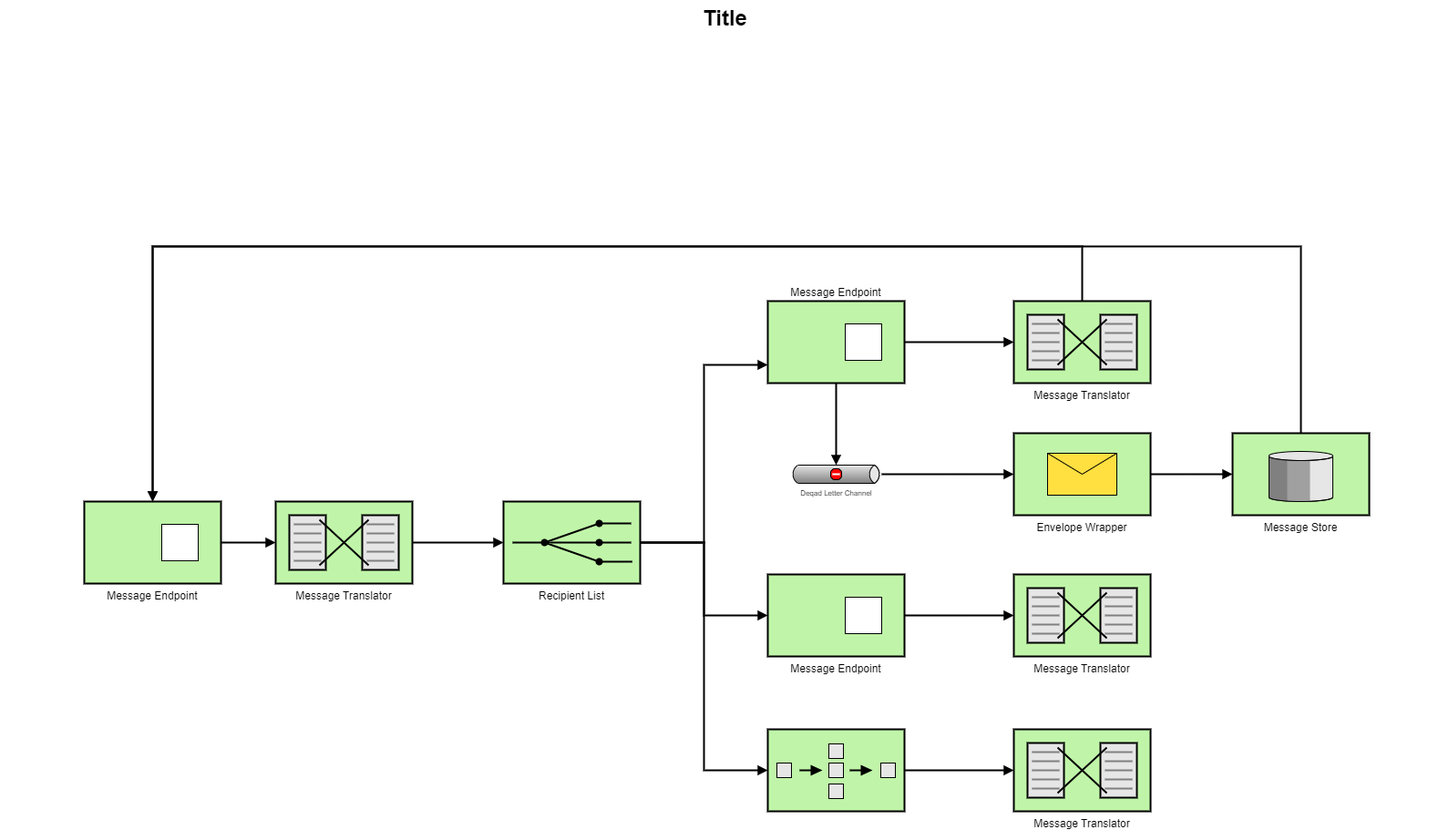
Above: Untitled Diagram.drawio.png in vanshgupta-2024/computer-graphics (draw.io), before the change. Source tidied: cells renumbered, new cells last; positions are measured from the earlier drawing's top-left corner, leaving out a move shared by most shapes.
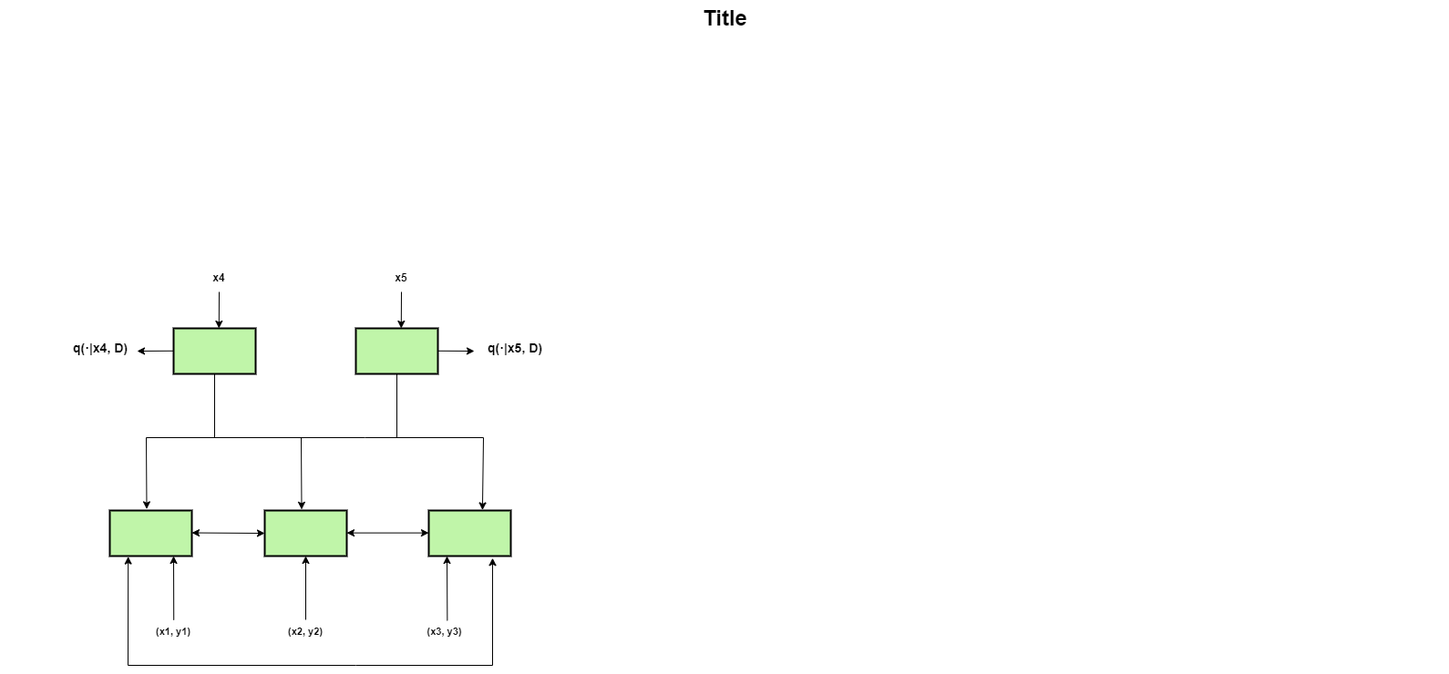
After the change.

Change to the diagram source:
```diff
@@ -2,112 +2,130 @@
   <root>
     <mxCell id="0" style="html=1;" />
     <mxCell id="1" style="html=1;" parent="0" />
-    <mxCell id="2" style="edgeStyle=orthogonalEdgeStyle;rounded=0;html=1;endArrow=block;endFill=1;jettySize=auto;strokeWidth=2;startArrow=none;startFill=0;" parent="1" edge="1" source="3" target="7">
-      <mxGeometry relative="1" as="geometry" />
-    </mxCell>
-    <mxCell id="3" value="Message Translator" style="strokeWidth=2;dashed=0;align=center;fontSize=12;shape=mxgraph.eip.message_translator;fillColor=#c0f5a9;verticalLabelPosition=bottom;verticalAlign=top;" parent="1" vertex="1">
-      <mxGeometry x="302" y="550" width="150" height="90" as="geometry" />
-    </mxCell>
-    <mxCell id="4" style="edgeStyle=orthogonalEdgeStyle;rounded=0;html=1;endArrow=block;endFill=1;jettySize=auto;strokeWidth=2;startArrow=none;startFill=0;" parent="1" edge="1" source="7" target="14">
-      <mxGeometry relative="1" as="geometry">
-        <Array as="points">
-          <mxPoint x="772" y="595" />
-          <mxPoint x="772" y="400" />
-        </Array>
-      </mxGeometry>
-    </mxCell>
-    <mxCell id="5" style="edgeStyle=orthogonalEdgeStyle;rounded=0;html=1;endArrow=block;endFill=1;jettySize=auto;strokeWidth=2;startArrow=none;startFill=0;" parent="1" edge="1" source="7" target="17">
-      <mxGeometry relative="1" as="geometry" />
-    </mxCell>
-    <mxCell id="6" style="edgeStyle=orthogonalEdgeStyle;rounded=0;html=1;endArrow=block;endFill=1;jettySize=auto;strokeWidth=2;startArrow=none;startFill=0;" parent="1" edge="1" source="7" target="26">
-      <mxGeometry relative="1" as="geometry">
-        <Array as="points">
-          <mxPoint x="772" y="595" />
-          <mxPoint x="772" y="845" />
-        </Array>
-      </mxGeometry>
-    </mxCell>
-    <mxCell id="7" value="Recipient List" style="strokeWidth=2;dashed=0;align=center;fontSize=12;fillColor=#c0f5a9;verticalLabelPosition=bottom;verticalAlign=top;shape=mxgraph.eip.recipient_list;" parent="1" vertex="1">
-      <mxGeometry x="552" y="550" width="150" height="90" as="geometry" />
-    </mxCell>
-    <mxCell id="8" style="edgeStyle=orthogonalEdgeStyle;rounded=0;html=1;endArrow=block;endFill=1;jettySize=auto;strokeWidth=2;startArrow=none;startFill=0;" parent="1" edge="1" source="9" target="3">
-      <mxGeometry relative="1" as="geometry" />
-    </mxCell>
-    <mxCell id="9" value="Message Endpoint" style="strokeWidth=2;dashed=0;align=center;fontSize=12;shape=rect;verticalLabelPosition=bottom;verticalAlign=top;fillColor=#c0f5a9;" parent="1" vertex="1">
-      <mxGeometry x="92" y="550" width="150" height="90" as="geometry" />
+    <mxCell id="9" value="Message Endpoint" style="strokeWidth=2;dashed=0;align=center;shape=rect;verticalLabelPosition=bottom;verticalAlign=top;fillColor=#c0f5a9;fontFamily=Times New Roman;fontColor=none;noLabel=1;" parent="1" vertex="1">
+      <mxGeometry x="120" y="560" width="90" height="50" as="geometry" />
     </mxCell>
-    <mxCell id="10" style="strokeWidth=1;dashed=0;align=center;fontSize=8;shape=rect;fillColor=#ffffff;strokeColor=#000000;" parent="9" vertex="1">
-      <mxGeometry x="85" y="25" width="40" height="40" as="geometry" />
-    </mxCell>
-    <mxCell id="11" style="edgeStyle=orthogonalEdgeStyle;rounded=0;html=1;endArrow=block;endFill=1;jettySize=auto;strokeWidth=2;startArrow=none;startFill=0;" parent="1" edge="1" source="14" target="19">
-      <mxGeometry relative="1" as="geometry" />
-    </mxCell>
-    <mxCell id="12" style="edgeStyle=orthogonalEdgeStyle;rounded=0;html=1;endArrow=block;endFill=1;jettySize=auto;strokeWidth=2;startArrow=none;startFill=0;" parent="1" edge="1" source="14" target="22">
-      <mxGeometry relative="1" as="geometry" />
-    </mxCell>
-    <mxCell id="13" style="edgeStyle=orthogonalEdgeStyle;rounded=0;html=1;endArrow=block;endFill=1;jettySize=auto;strokeWidth=2;startArrow=none;startFill=0;" parent="1" edge="1" source="19" target="9">
-      <mxGeometry relative="1" as="geometry">
-        <Array as="points">
-          <mxPoint x="1187" y="270" />
-          <mxPoint x="167" y="270" />
-        </Array>
-      </mxGeometry>
-    </mxCell>
-    <mxCell id="14" value="Message Endpoint" style="strokeWidth=2;dashed=0;align=center;fontSize=12;shape=rect;verticalLabelPosition=top;verticalAlign=bottom;fillColor=#c0f5a9;labelPosition=center;" parent="1" vertex="1">
-      <mxGeometry x="842" y="330" width="150" height="90" as="geometry" />
-    </mxCell>
-    <mxCell id="15" style="strokeWidth=1;dashed=0;align=center;fontSize=8;shape=rect;fillColor=#ffffff;strokeColor=#000000;" parent="14" vertex="1">
-      <mxGeometry x="85" y="25" width="40" height="40" as="geometry" />
-    </mxCell>
-    <mxCell id="16" style="edgeStyle=orthogonalEdgeStyle;rounded=0;html=1;endArrow=block;endFill=1;jettySize=auto;strokeWidth=2;startArrow=none;startFill=0;" parent="1" edge="1" source="17" target="20">
-      <mxGeometry relative="1" as="geometry" />
-    </mxCell>
-    <mxCell id="17" value="Message Endpoint" style="strokeWidth=2;dashed=0;align=center;fontSize=12;shape=rect;verticalLabelPosition=bottom;verticalAlign=top;fillColor=#c0f5a9;" parent="1" vertex="1">
-      <mxGeometry x="842" y="630" width="150" height="90" as="geometry" />
-    </mxCell>
-    <mxCell id="18" style="strokeWidth=1;dashed=0;align=center;fontSize=8;shape=rect;" parent="17" vertex="1">
-      <mxGeometry x="85" y="25" width="40" height="40" as="geometry" />
-    </mxCell>
-    <mxCell id="19" value="Message Translator" style="strokeWidth=2;dashed=0;align=center;fontSize=12;shape=mxgraph.eip.message_translator;fillColor=#c0f5a9;verticalLabelPosition=bottom;verticalAlign=top;" parent="1" vertex="1">
-      <mxGeometry x="1112" y="330" width="150" height="90" as="geometry" />
-    </mxCell>
-    <mxCell id="20" value="Message Translator" style="strokeWidth=2;dashed=0;align=center;fontSize=12;shape=mxgraph.eip.message_translator;fillColor=#c0f5a9;verticalLabelPosition=bottom;verticalAlign=top;" parent="1" vertex="1">
-      <mxGeometry x="1112" y="630" width="150" height="90" as="geometry" />
-    </mxCell>
-    <mxCell id="21" style="edgeStyle=orthogonalEdgeStyle;rounded=0;html=1;endArrow=block;endFill=1;jettySize=auto;strokeWidth=2;startArrow=none;startFill=0;" parent="1" edge="1" source="22" target="24">
-      <mxGeometry relative="1" as="geometry" />
-    </mxCell>
-    <mxCell id="22" value="Deqad Letter Channel" style="strokeWidth=1;dashed=0;align=center;html=1;fontSize=8;shape=mxgraph.eip.deadLetterChannel;verticalLabelPosition=bottom;labelBackgroundColor=#ffffff;verticalAlign=top;" parent="1" vertex="1">
-      <mxGeometry x="867" y="510" width="100" height="20" as="geometry" />
-    </mxCell>
-    <mxCell id="23" style="edgeStyle=orthogonalEdgeStyle;rounded=0;html=1;endArrow=block;endFill=1;jettySize=auto;strokeWidth=2;startArrow=none;startFill=0;" parent="1" edge="1" source="24" target="28">
-      <mxGeometry relative="1" as="geometry" />
-    </mxCell>
-    <mxCell id="24" value="Envelope Wrapper" style="strokeWidth=2;dashed=0;align=center;fontSize=12;fillColor=#c0f5a9;verticalLabelPosition=bottom;verticalAlign=top;shape=mxgraph.eip.envelope_wrapper;" parent="1" vertex="1">
-      <mxGeometry x="1112" y="475" width="150" height="90" as="geometry" />
-    </mxCell>
-    <mxCell id="25" style="edgeStyle=orthogonalEdgeStyle;rounded=0;html=1;endArrow=block;endFill=1;jettySize=auto;strokeWidth=2;startArrow=none;startFill=0;" parent="1" edge="1" source="26" target="29">
-      <mxGeometry relative="1" as="geometry" />
-    </mxCell>
-    <mxCell id="26" style="strokeWidth=2;dashed=0;align=center;fontSize=12;fillColor=#c0f5a9;verticalLabelPosition=bottom;verticalAlign=top;shape=mxgraph.eip.composed_message_processor;" parent="1" vertex="1">
-      <mxGeometry x="842" y="800" width="150" height="90" as="geometry" />
-    </mxCell>
-    <mxCell id="27" style="edgeStyle=orthogonalEdgeStyle;rounded=0;html=1;endArrow=block;endFill=1;jettySize=auto;fontSize=12;strokeWidth=2;startArrow=none;startFill=0;" parent="1" edge="1" source="28" target="9">
-      <mxGeometry relative="1" as="geometry">
-        <Array as="points">
-          <mxPoint x="1427" y="270" />
-          <mxPoint x="167" y="270" />
-        </Array>
-      </mxGeometry>
-    </mxCell>
-    <mxCell id="28" value="Message Store" style="strokeWidth=2;dashed=0;align=center;fontSize=12;verticalLabelPosition=bottom;verticalAlign=top;shape=mxgraph.eip.message_store;fillColor=#c0f5a9;" parent="1" vertex="1">
-      <mxGeometry x="1352" y="475" width="150" height="90" as="geometry" />
-    </mxCell>
-    <mxCell id="29" value="Message Translator" style="strokeWidth=2;dashed=0;align=center;fontSize=12;shape=mxgraph.eip.message_translator;fillColor=#c0f5a9;verticalLabelPosition=bottom;verticalAlign=top;" parent="1" vertex="1">
-      <mxGeometry x="1112" y="800" width="150" height="90" as="geometry" />
-    </mxCell>
     <mxCell id="30" value="Title" style="text;strokeColor=none;fillColor=none;html=1;fontSize=24;fontStyle=1;verticalAlign=middle;align=center;" parent="1" vertex="1">
       <mxGeometry width="1590" height="40" as="geometry" />
     </mxCell>
+    <mxCell id="31" style="endArrow=classic;startArrow=classic;html=1;rounded=0;entryX=0;entryY=0.5;entryDx=0;entryDy=0;" parent="1" edge="1" target="35">
+      <mxGeometry relative="1" as="geometry">
+        <mxPoint x="210" y="584.5" as="sourcePoint" />
+      </mxGeometry>
+    </mxCell>
+    <mxCell id="32" style="endArrow=classic;startArrow=classic;html=1;rounded=0;entryX=0;entryY=0.5;entryDx=0;entryDy=0;" parent="1" edge="1">
+      <mxGeometry relative="1" as="geometry">
+        <mxPoint x="380" y="584.6" as="sourcePoint" />
+        <mxPoint x="470" y="584.6" as="targetPoint" />
+      </mxGeometry>
+    </mxCell>
+    <mxCell id="33" style="endArrow=classic;startArrow=classic;html=1;rounded=0;exitX=0.224;exitY=1.012;exitDx=0;exitDy=0;exitPerimeter=0;entryX=0.778;entryY=1.045;entryDx=0;entryDy=0;entryPerimeter=0;" parent="1" edge="1" source="9" target="47">
+      <mxGeometry relative="1" as="geometry">
+        <Array as="points">
+          <mxPoint x="140" y="730" />
+          <mxPoint x="390" y="730" />
+          <mxPoint x="540" y="730" />
+        </Array>
+      </mxGeometry>
+    </mxCell>
+    <mxCell id="34" value="(x1, y1)" style="text;whiteSpace=wrap;html=1;align=center;fontStyle=1;fontSize=11;" parent="1" vertex="1">
+      <mxGeometry x="145" y="680" width="90" height="40" as="geometry" />
+    </mxCell>
+    <mxCell id="35" value="Message Endpoint" style="strokeWidth=2;dashed=0;align=center;shape=rect;verticalLabelPosition=bottom;verticalAlign=top;fillColor=#c0f5a9;fontFamily=Times New Roman;fontColor=none;noLabel=1;" parent="1" vertex="1">
+      <mxGeometry x="290" y="560" width="90" height="50" as="geometry" />
+    </mxCell>
+    <mxCell id="36" value="(x3, y3)" style="text;whiteSpace=wrap;html=1;align=center;fontStyle=1;fontSize=11;" parent="1" vertex="1">
+      <mxGeometry x="460" y="680" width="55" height="20" as="geometry" />
+    </mxCell>
+    <mxCell id="37" value="(x2, y2)" style="text;whiteSpace=wrap;html=1;align=center;fontStyle=1;fontSize=11;" parent="1" vertex="1">
+      <mxGeometry x="305" y="680" width="60" height="27.5" as="geometry" />
+    </mxCell>
+    <mxCell id="38" style="endArrow=classic;html=1;rounded=0;entryX=0.442;entryY=0.996;entryDx=0;entryDy=0;entryPerimeter=0;" parent="1" edge="1">
+      <mxGeometry relative="1" as="geometry">
+        <mxPoint x="190.2" y="680.2" as="sourcePoint" />
+        <mxPoint x="190" y="610" as="targetPoint" />
+      </mxGeometry>
+    </mxCell>
+    <mxCell id="39" style="endArrow=classic;html=1;rounded=0;entryX=0.5;entryY=1;entryDx=0;entryDy=0;" parent="1" edge="1" target="35">
+      <mxGeometry relative="1" as="geometry">
+        <mxPoint x="335" y="680" as="sourcePoint" />
+      </mxGeometry>
+    </mxCell>
+    <mxCell id="40" style="endArrow=classic;html=1;rounded=0;entryX=0.5;entryY=1;entryDx=0;entryDy=0;exitX=0.552;exitY=0.045;exitDx=0;exitDy=0;exitPerimeter=0;" parent="1" edge="1" source="36">
+      <mxGeometry relative="1" as="geometry">
+        <mxPoint x="490" y="610" as="targetPoint" />
+      </mxGeometry>
+    </mxCell>
+    <mxCell id="41" style="endArrow=classic;startArrow=classic;html=1;rounded=0;entryX=0.655;entryY=-0.01;entryDx=0;entryDy=0;entryPerimeter=0;exitX=0.45;exitY=-0.032;exitDx=0;exitDy=0;exitPerimeter=0;" parent="1" edge="1" source="9" target="47">
+      <mxGeometry relative="1" as="geometry">
+        <Array as="points">
+          <mxPoint x="160" y="480" />
+          <mxPoint x="400" y="480" />
+          <mxPoint x="530" y="480" />
+        </Array>
+      </mxGeometry>
+    </mxCell>
+    <mxCell id="42" style="endArrow=classic;html=1;rounded=0;entryX=0.45;entryY=-0.022;entryDx=0;entryDy=0;entryPerimeter=0;" parent="1" edge="1" target="35">
+      <mxGeometry relative="1" as="geometry">
+        <mxPoint x="330" y="480" as="sourcePoint" />
+      </mxGeometry>
+    </mxCell>
+    <mxCell id="43" value="&#10;q(·|x4, D)&#10;&#10;" style="text;whiteSpace=wrap;html=1;align=center;fontStyle=1;fontSize=14;" parent="1" vertex="1">
+      <mxGeometry x="60" y="350" width="100" height="60" as="geometry" />
+    </mxCell>
+    <mxCell id="44" value="&#10;q(·|x5, D)&#10;&#10;" style="text;whiteSpace=wrap;html=1;align=center;fontStyle=1;fontSize=14;" parent="1" vertex="1">
+      <mxGeometry x="515" y="350" width="100" height="60" as="geometry" />
+    </mxCell>
+    <mxCell id="45" style="endArrow=none;html=1;rounded=0;" parent="1" edge="1">
+      <mxGeometry relative="1" as="geometry">
+        <mxPoint x="235" y="480" as="sourcePoint" />
+        <mxPoint x="235" y="410" as="targetPoint" />
+      </mxGeometry>
+    </mxCell>
+    <mxCell id="46" style="endArrow=none;html=1;rounded=0;" parent="1" edge="1">
+      <mxGeometry relative="1" as="geometry">
+        <mxPoint x="435" y="480" as="sourcePoint" />
+        <mxPoint x="435" y="410" as="targetPoint" />
+      </mxGeometry>
+    </mxCell>
+    <mxCell id="47" value="Message Endpoint" style="strokeWidth=2;dashed=0;align=center;shape=rect;verticalLabelPosition=bottom;verticalAlign=top;fillColor=#c0f5a9;fontFamily=Times New Roman;fontColor=none;noLabel=1;" parent="1" vertex="1">
+      <mxGeometry x="470" y="560" width="90" height="50" as="geometry" />
+    </mxCell>
+    <mxCell id="48" style="endArrow=classic;html=1;rounded=0;entryX=0.41;entryY=-0.041;entryDx=0;entryDy=0;entryPerimeter=0;" parent="1" edge="1">
+      <mxGeometry relative="1" as="geometry">
+        <mxPoint x="240" y="320" as="sourcePoint" />
+        <mxPoint x="239.8" y="360" as="targetPoint" />
+      </mxGeometry>
+    </mxCell>
+    <mxCell id="49" style="endArrow=classic;html=1;rounded=0;entryX=0.41;entryY=-0.041;entryDx=0;entryDy=0;entryPerimeter=0;" parent="1" edge="1">
+      <mxGeometry relative="1" as="geometry">
+        <mxPoint x="440" y="320" as="sourcePoint" />
+        <mxPoint x="439.8" y="360" as="targetPoint" />
+      </mxGeometry>
+    </mxCell>
+    <mxCell id="50" style="endArrow=classic;html=1;rounded=0;" parent="1" edge="1">
+      <mxGeometry relative="1" as="geometry">
+        <mxPoint x="190" y="384.8" as="sourcePoint" />
+        <mxPoint x="150" y="385" as="targetPoint" />
+      </mxGeometry>
+    </mxCell>
+    <mxCell id="51" value="x4" style="text;html=1;align=center;verticalAlign=middle;whiteSpace=wrap;rounded=0;fontSize=12;fontStyle=1;" parent="1" vertex="1">
+      <mxGeometry x="210" y="290" width="60" height="30" as="geometry" />
+    </mxCell>
+    <mxCell id="52" value="x5" style="text;html=1;align=center;verticalAlign=middle;whiteSpace=wrap;rounded=0;fontSize=12;fontStyle=1;" parent="1" vertex="1">
+      <mxGeometry x="410" y="290" width="60" height="30" as="geometry" />
+    </mxCell>
+    <mxCell id="53" value="Message Endpoint" style="strokeWidth=2;dashed=0;align=center;shape=rect;verticalLabelPosition=bottom;verticalAlign=top;fillColor=#c0f5a9;fontFamily=Times New Roman;fontColor=none;noLabel=1;" parent="1" vertex="1">
+      <mxGeometry x="190" y="360" width="90" height="50" as="geometry" />
+    </mxCell>
+    <mxCell id="54" value="Message Endpoint" style="strokeWidth=2;dashed=0;align=center;shape=rect;verticalLabelPosition=bottom;verticalAlign=top;fillColor=#c0f5a9;fontFamily=Times New Roman;fontColor=none;noLabel=1;" parent="1" vertex="1">
+      <mxGeometry x="390" y="360" width="90" height="50" as="geometry" />
+    </mxCell>
+    <mxCell id="55" style="endArrow=classic;html=1;rounded=0;" parent="1" edge="1">
+      <mxGeometry relative="1" as="geometry">
+        <mxPoint x="480" y="384.8" as="sourcePoint" />
+        <mxPoint x="520" y="385" as="targetPoint" />
+      </mxGeometry>
+    </mxCell>
   </root>
 </mxGraphModel>
```
